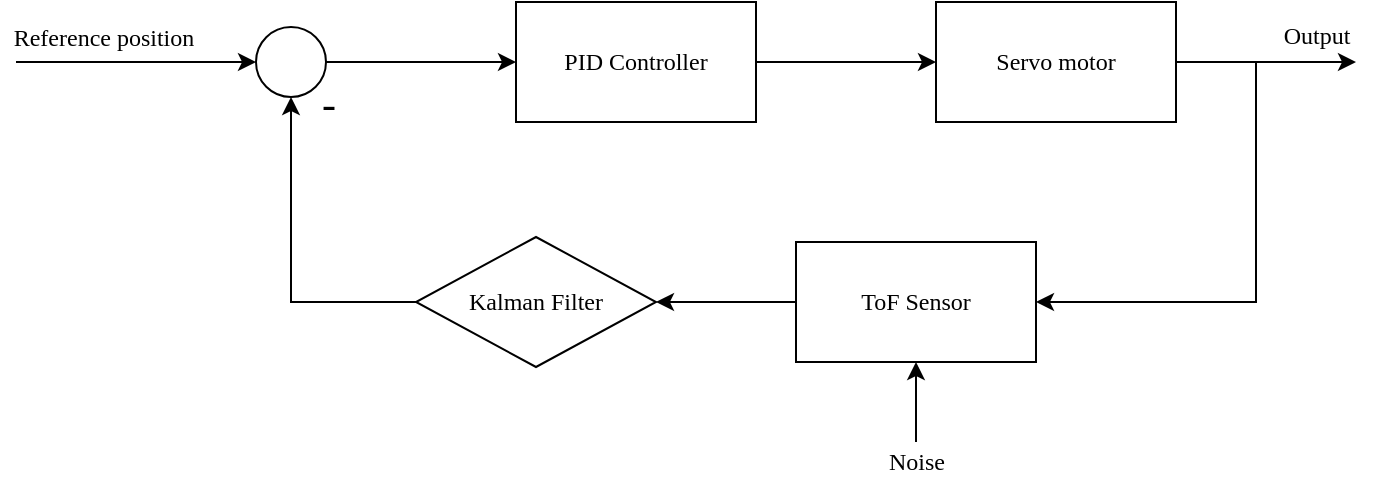
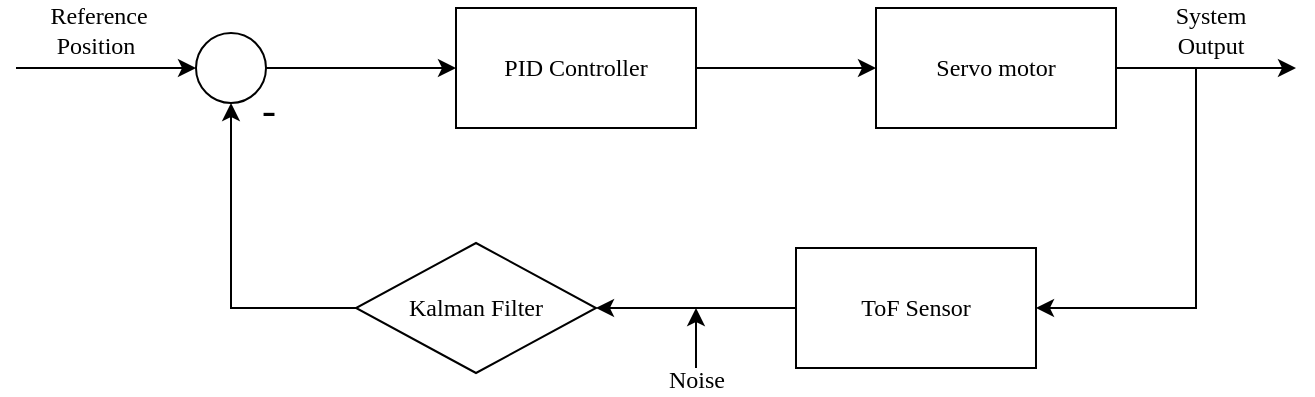
<mxfile host="app.diagrams.net">
  <diagram name="Page-1" id="xcGjVrj1atAmrZQzZEiq">
    <mxGraphModel dx="1537" dy="649" grid="1" gridSize="10" guides="1" tooltips="1" connect="1" arrows="1" fold="1" page="0" pageScale="1" pageWidth="850" pageHeight="1100" math="0" shadow="0">
      <root>
        <mxCell id="0" />
        <mxCell id="1" parent="0" />
        <mxCell id="Nv_6V1SDtf4vh-nOe4OJ-10" edge="1" parent="1" source="Nv_6V1SDtf4vh-nOe4OJ-1" style="edgeStyle=orthogonalEdgeStyle;rounded=0;orthogonalLoop=1;jettySize=auto;html=1;exitX=1;exitY=0.5;exitDx=0;exitDy=0;entryX=0;entryY=0.5;entryDx=0;entryDy=0;fontFamily=Verdana;labelBackgroundColor=none;fontColor=default;" target="Nv_6V1SDtf4vh-nOe4OJ-3">
          <mxGeometry relative="1" as="geometry" />
        </mxCell>
        <mxCell id="Nv_6V1SDtf4vh-nOe4OJ-1" parent="1" style="ellipse;whiteSpace=wrap;html=1;aspect=fixed;fontFamily=Verdana;labelBackgroundColor=none;" value="" vertex="1">
          <mxGeometry height="35" width="35" x="50" y="272.5" as="geometry" />
        </mxCell>
        <mxCell id="Nv_6V1SDtf4vh-nOe4OJ-2" edge="1" parent="1" style="endArrow=classic;html=1;rounded=0;entryX=0;entryY=0.5;entryDx=0;entryDy=0;fontFamily=Verdana;labelBackgroundColor=none;fontColor=default;" target="Nv_6V1SDtf4vh-nOe4OJ-1" value="">
          <mxGeometry height="50" relative="1" width="50" as="geometry">
-             <mxPoint x="-70" y="290" as="sourcePoint" />
+             <mxPoint x="-40" y="290" as="sourcePoint" />
            <mxPoint x="40" y="280" as="targetPoint" />
          </mxGeometry>
        </mxCell>
-         <mxCell id="Nv_6V1SDtf4vh-nOe4OJ-19" connectable="0" parent="Nv_6V1SDtf4vh-nOe4OJ-2" style="edgeLabel;html=1;align=center;verticalAlign=middle;resizable=0;points=[];fontFamily=Verdana;fontSize=12;" value="Reference position&amp;nbsp;" vertex="1">
+         <mxCell id="Nv_6V1SDtf4vh-nOe4OJ-19" connectable="0" parent="Nv_6V1SDtf4vh-nOe4OJ-2" style="edgeLabel;html=1;align=center;verticalAlign=middle;resizable=0;points=[];fontFamily=Verdana;fontSize=12;labelBackgroundColor=none;" value="&lt;div&gt;Reference&lt;/div&gt;&lt;div&gt;Position&amp;nbsp;&lt;/div&gt;" vertex="1">
          <mxGeometry relative="1" x="-0.4" y="-1" as="geometry">
-             <mxPoint x="9" y="-13" as="offset" />
+             <mxPoint x="14" y="-20" as="offset" />
          </mxGeometry>
        </mxCell>
        <mxCell id="Nv_6V1SDtf4vh-nOe4OJ-11" edge="1" parent="1" source="Nv_6V1SDtf4vh-nOe4OJ-3" style="edgeStyle=orthogonalEdgeStyle;rounded=0;orthogonalLoop=1;jettySize=auto;html=1;exitX=1;exitY=0.5;exitDx=0;exitDy=0;entryX=0;entryY=0.5;entryDx=0;entryDy=0;fontFamily=Verdana;labelBackgroundColor=none;fontColor=default;" target="Nv_6V1SDtf4vh-nOe4OJ-4">
          <mxGeometry relative="1" as="geometry" />
        </mxCell>
        <mxCell id="Nv_6V1SDtf4vh-nOe4OJ-3" parent="1" style="rounded=0;whiteSpace=wrap;html=1;fontFamily=Verdana;labelBackgroundColor=none;" value="&lt;div&gt;PID Controller&lt;/div&gt;" vertex="1">
          <mxGeometry height="60" width="120" x="180" y="260" as="geometry" />
        </mxCell>
        <mxCell id="Nv_6V1SDtf4vh-nOe4OJ-6" edge="1" parent="1" source="Nv_6V1SDtf4vh-nOe4OJ-4" style="edgeStyle=orthogonalEdgeStyle;rounded=0;orthogonalLoop=1;jettySize=auto;html=1;exitX=1;exitY=0.5;exitDx=0;exitDy=0;fontFamily=Verdana;labelBackgroundColor=none;fontColor=default;">
          <mxGeometry relative="1" as="geometry">
            <mxPoint x="600" y="290" as="targetPoint" />
          </mxGeometry>
        </mxCell>
        <mxCell id="Nv_6V1SDtf4vh-nOe4OJ-4" parent="1" style="rounded=0;whiteSpace=wrap;html=1;fontFamily=Verdana;labelBackgroundColor=none;" value="Servo motor" vertex="1">
          <mxGeometry height="60" width="120" x="390" y="260" as="geometry" />
        </mxCell>
        <mxCell id="Nv_6V1SDtf4vh-nOe4OJ-12" edge="1" parent="1" source="Nv_6V1SDtf4vh-nOe4OJ-22" style="edgeStyle=orthogonalEdgeStyle;rounded=0;orthogonalLoop=1;jettySize=auto;html=1;exitX=0;exitY=0.5;exitDx=0;exitDy=0;entryX=0.5;entryY=1;entryDx=0;entryDy=0;fontFamily=Verdana;labelBackgroundColor=none;fontColor=default;" target="Nv_6V1SDtf4vh-nOe4OJ-1">
          <mxGeometry relative="1" as="geometry" />
        </mxCell>
        <mxCell id="Nv_6V1SDtf4vh-nOe4OJ-31" connectable="0" parent="Nv_6V1SDtf4vh-nOe4OJ-12" style="edgeLabel;html=1;align=center;verticalAlign=middle;resizable=0;points=[];labelBackgroundColor=none;" value="&lt;font style=&quot;font-size: 21px;&quot; face=&quot;Verdana&quot;&gt;-&lt;/font&gt;" vertex="1">
          <mxGeometry relative="1" x="0.6949" y="3" as="geometry">
            <mxPoint x="21" y="-22" as="offset" />
          </mxGeometry>
        </mxCell>
-         <mxCell id="Nv_6V1SDtf4vh-nOe4OJ-26" edge="1" parent="1" source="Nv_6V1SDtf4vh-nOe4OJ-7" style="edgeStyle=orthogonalEdgeStyle;rounded=0;orthogonalLoop=1;jettySize=auto;html=1;exitX=0;exitY=0.5;exitDx=0;exitDy=0;entryX=1;entryY=0.5;entryDx=0;entryDy=0;" target="Nv_6V1SDtf4vh-nOe4OJ-22">
+         <mxCell id="Nv_6V1SDtf4vh-nOe4OJ-26" edge="1" parent="1" source="Nv_6V1SDtf4vh-nOe4OJ-7" style="edgeStyle=orthogonalEdgeStyle;rounded=0;orthogonalLoop=1;jettySize=auto;html=1;exitX=0;exitY=0.5;exitDx=0;exitDy=0;entryX=1;entryY=0.5;entryDx=0;entryDy=0;labelBackgroundColor=none;fontColor=default;" target="Nv_6V1SDtf4vh-nOe4OJ-22">
          <mxGeometry relative="1" as="geometry" />
        </mxCell>
        <mxCell id="Nv_6V1SDtf4vh-nOe4OJ-7" parent="1" style="rounded=0;whiteSpace=wrap;html=1;fontFamily=Verdana;labelBackgroundColor=none;" value="ToF Sensor" vertex="1">
-           <mxGeometry height="60" width="120" x="320" y="380" as="geometry" />
+           <mxGeometry height="60" width="120" x="350" y="380" as="geometry" />
        </mxCell>
        <mxCell id="Nv_6V1SDtf4vh-nOe4OJ-8" edge="1" parent="1" style="endArrow=classic;html=1;rounded=0;edgeStyle=orthogonalEdgeStyle;entryX=1;entryY=0.5;entryDx=0;entryDy=0;fontFamily=Verdana;labelBackgroundColor=none;fontColor=default;" target="Nv_6V1SDtf4vh-nOe4OJ-7" value="">
          <mxGeometry height="50" relative="1" width="50" as="geometry">
            <Array as="points">
              <mxPoint x="550" y="410" />
            </Array>
            <mxPoint x="550" y="290" as="sourcePoint" />
            <mxPoint x="440" y="460" as="targetPoint" />
          </mxGeometry>
        </mxCell>
-         <mxCell id="Nv_6V1SDtf4vh-nOe4OJ-21" connectable="0" parent="1" style="edgeLabel;html=1;align=center;verticalAlign=middle;resizable=0;points=[];fontFamily=Verdana;fontSize=12;" value="Output" vertex="1">
-           <mxGeometry x="580" y="274.5" as="geometry">
-             <mxPoint y="2" as="offset" />
+         <mxCell id="Nv_6V1SDtf4vh-nOe4OJ-21" connectable="0" parent="1" style="edgeLabel;html=1;align=center;verticalAlign=middle;resizable=0;points=[];fontFamily=Verdana;fontSize=12;labelBackgroundColor=none;" value="&lt;div&gt;System&lt;/div&gt;&lt;div&gt;Output&lt;/div&gt;" vertex="1">
+           <mxGeometry x="565" y="272.5" as="geometry">
+             <mxPoint x="-8" y="-2" as="offset" />
          </mxGeometry>
        </mxCell>
-         <mxCell id="Nv_6V1SDtf4vh-nOe4OJ-22" parent="1" style="rhombus;whiteSpace=wrap;html=1;" value="&lt;font face=&quot;Verdana&quot;&gt;Kalman Filter&lt;/font&gt;" vertex="1">
+         <mxCell id="Nv_6V1SDtf4vh-nOe4OJ-22" parent="1" style="rhombus;whiteSpace=wrap;html=1;labelBackgroundColor=none;" value="&lt;font face=&quot;Verdana&quot;&gt;Kalman Filter&lt;/font&gt;" vertex="1">
          <mxGeometry height="65" width="120" x="130" y="377.5" as="geometry" />
        </mxCell>
-         <mxCell id="Nv_6V1SDtf4vh-nOe4OJ-27" edge="1" parent="1" style="endArrow=classic;html=1;rounded=0;entryX=0.5;entryY=1;entryDx=0;entryDy=0;" target="Nv_6V1SDtf4vh-nOe4OJ-7" value="">
+         <mxCell id="Nv_6V1SDtf4vh-nOe4OJ-27" edge="1" parent="1" style="endArrow=classic;html=1;rounded=0;labelBackgroundColor=none;fontColor=default;" value="">
          <mxGeometry height="50" relative="1" width="50" as="geometry">
-             <mxPoint x="380" y="480" as="sourcePoint" />
-             <mxPoint x="480" y="230" as="targetPoint" />
+             <mxPoint x="300" y="440" as="sourcePoint" />
+             <mxPoint x="300" y="410" as="targetPoint" />
          </mxGeometry>
        </mxCell>
-         <mxCell id="Nv_6V1SDtf4vh-nOe4OJ-28" connectable="0" parent="Nv_6V1SDtf4vh-nOe4OJ-27" style="edgeLabel;html=1;align=center;verticalAlign=middle;resizable=0;points=[];" value="&lt;font face=&quot;Verdana&quot; style=&quot;font-size: 12px;&quot;&gt;Noise&lt;/font&gt;" vertex="1">
+         <mxCell id="Nv_6V1SDtf4vh-nOe4OJ-28" connectable="0" parent="Nv_6V1SDtf4vh-nOe4OJ-27" style="edgeLabel;html=1;align=center;verticalAlign=middle;resizable=0;points=[];labelBackgroundColor=none;" value="&lt;font face=&quot;Verdana&quot; style=&quot;font-size: 12px;&quot;&gt;Noise&lt;/font&gt;" vertex="1">
          <mxGeometry relative="1" x="0.1333" y="-1" as="geometry">
-             <mxPoint x="-1" y="32" as="offset" />
+             <mxPoint x="-1" y="23" as="offset" />
          </mxGeometry>
        </mxCell>
      </root>
    </mxGraphModel>
  </diagram>
</mxfile>
